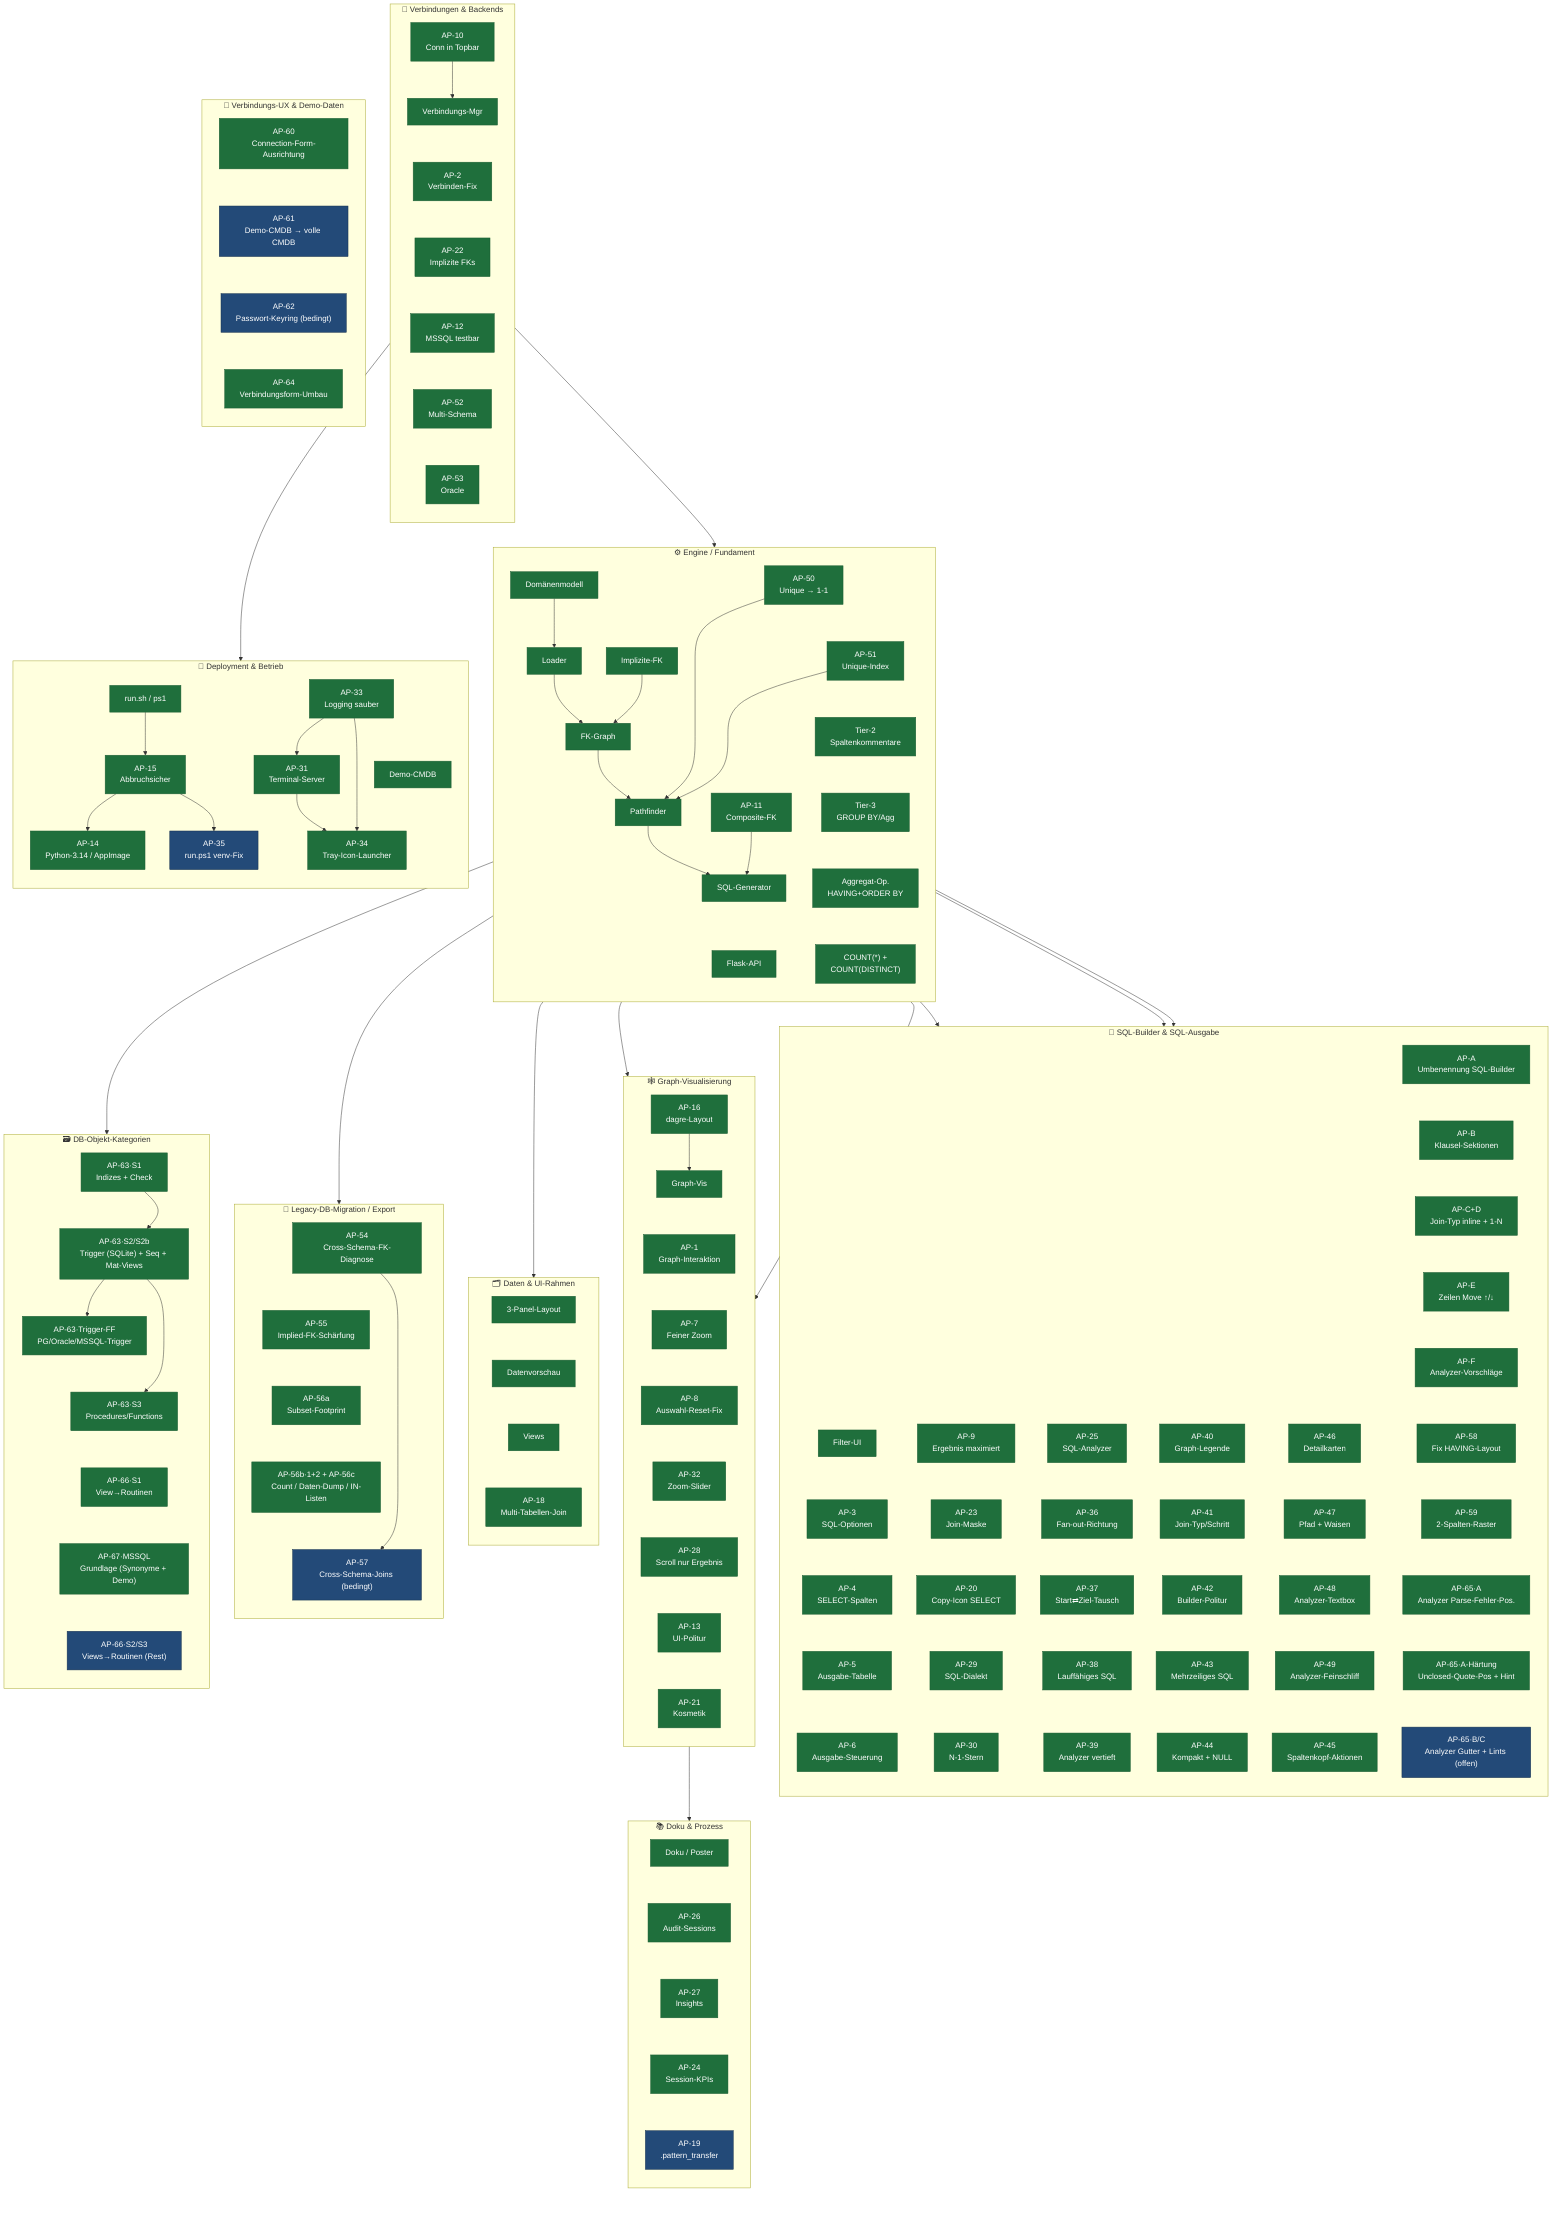
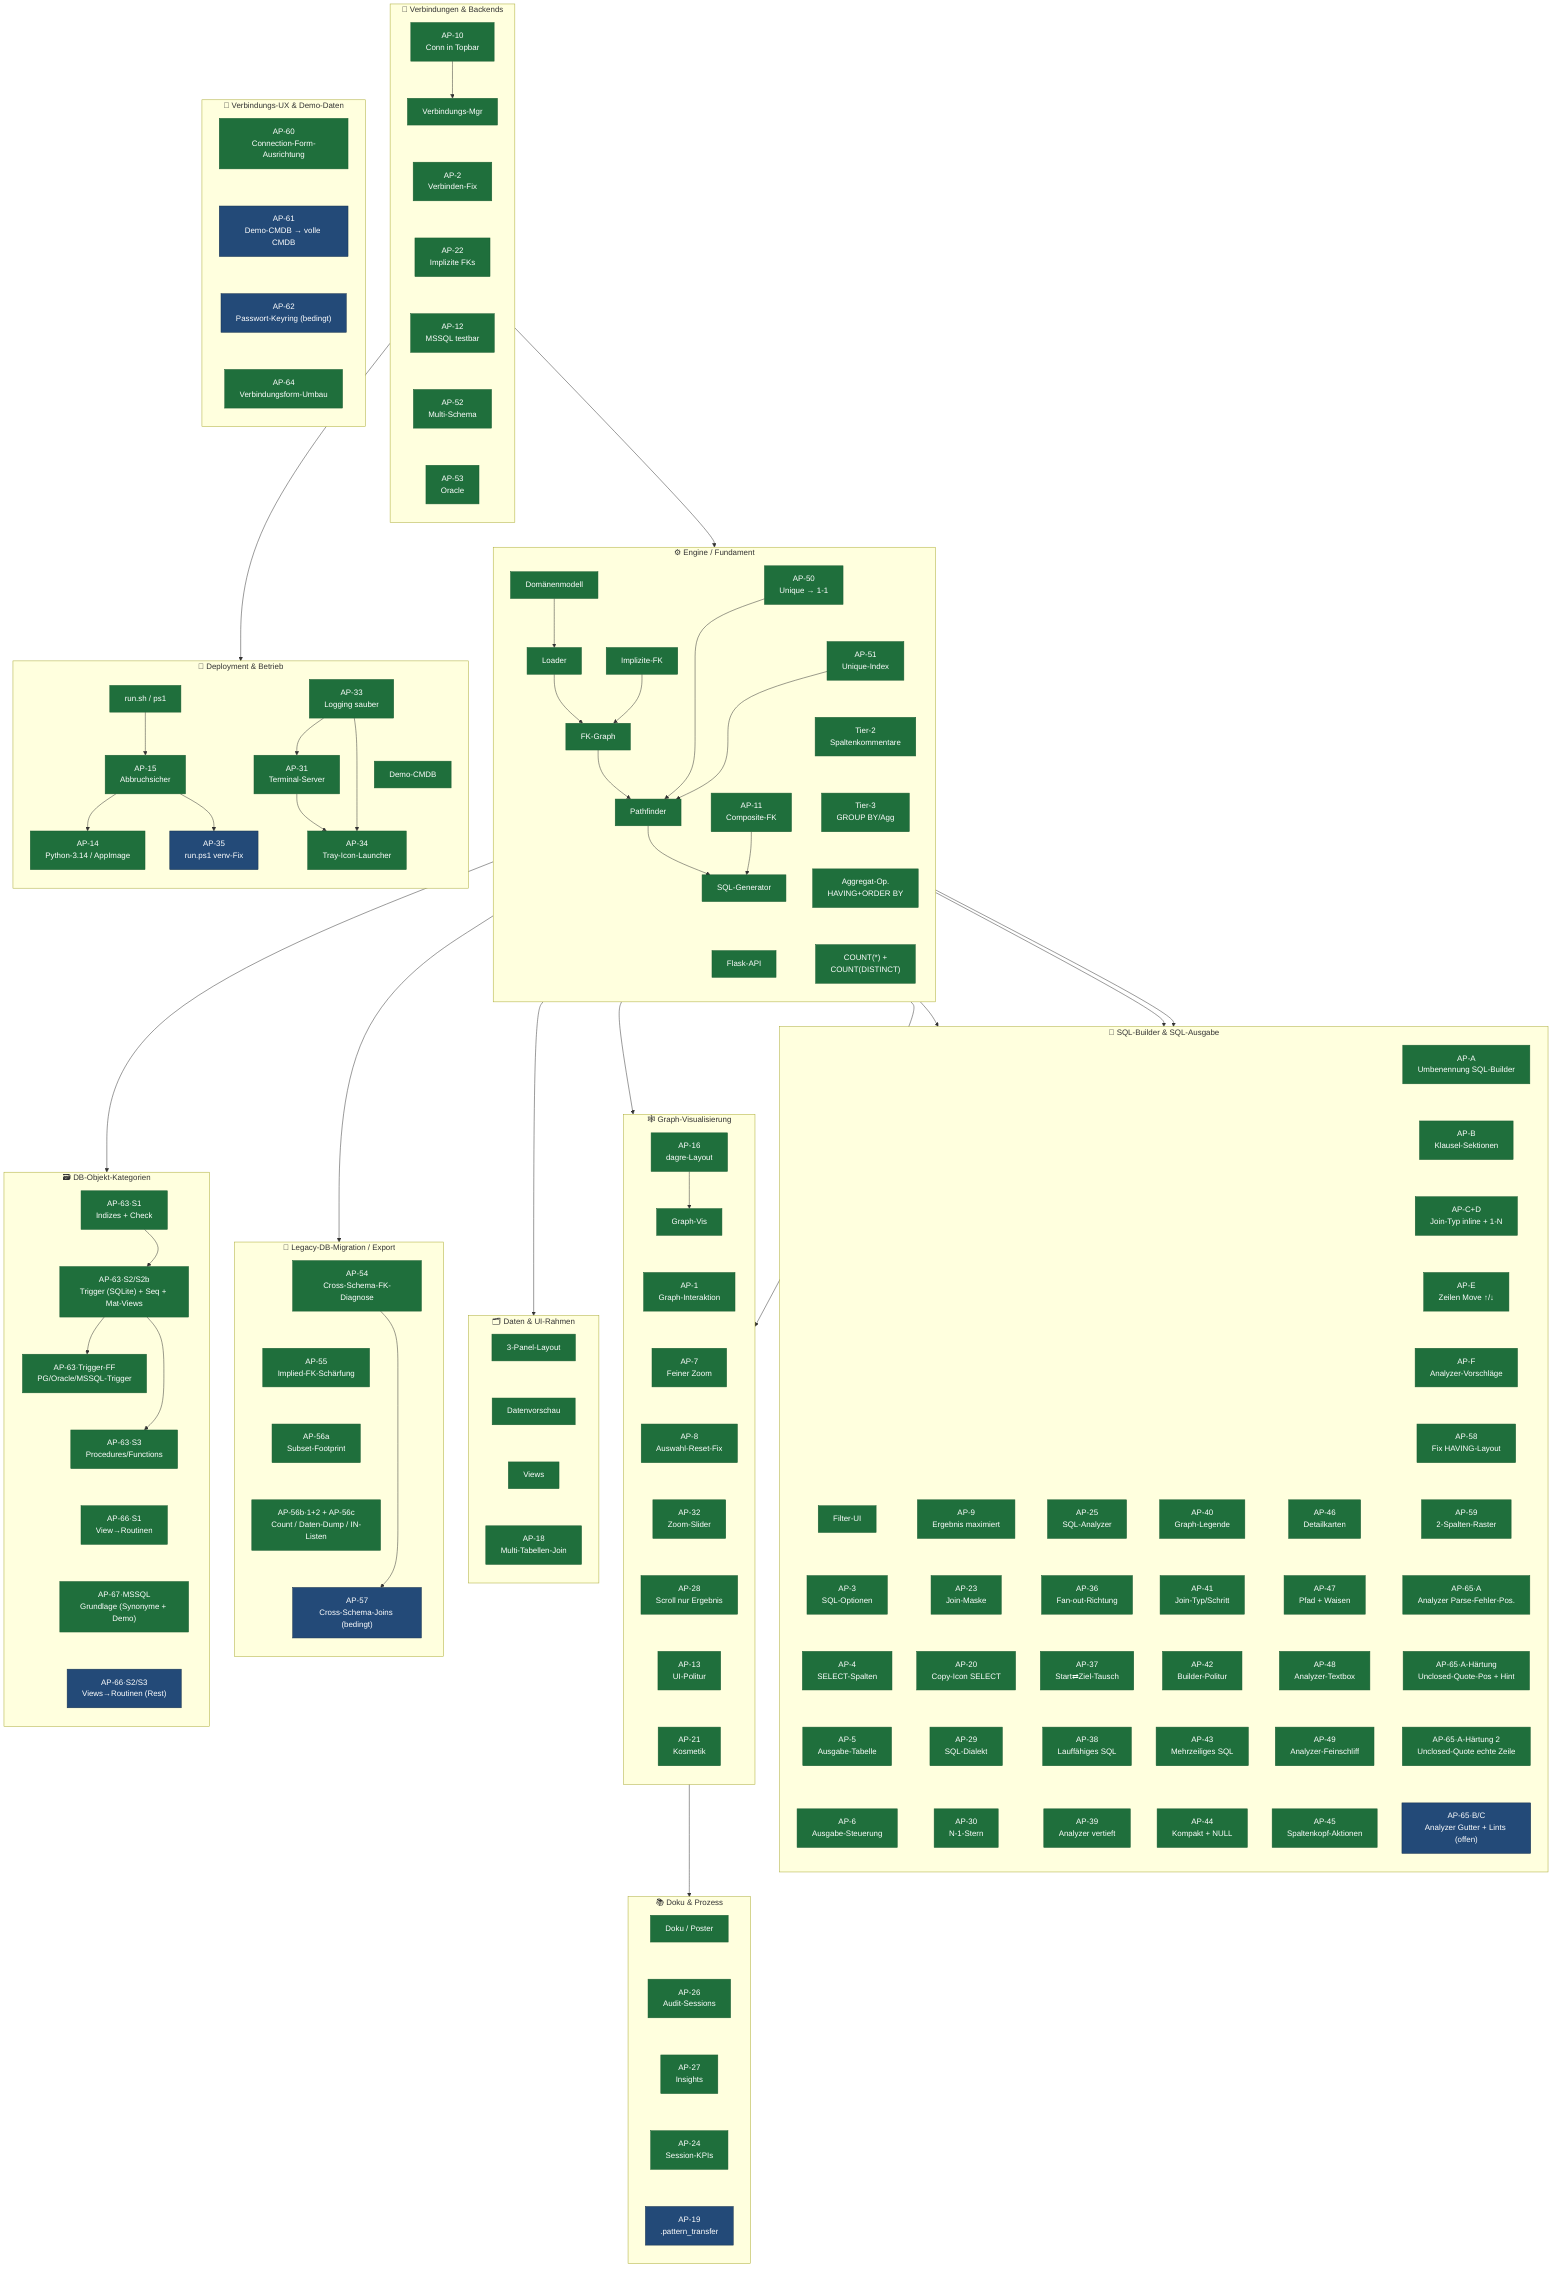
flowchart TB
    classDef done fill:#1f6f3c,color:#fff,stroke:#1a5c32,stroke-width:1px
    classDef plan fill:#234a78,color:#fff,stroke:#16314f,stroke-width:1px

    %% ── C1 · Engine / Fundament ──────────────────────────────────────────
    subgraph C1["⚙️  Engine / Fundament"]
        direction TB
        E1["Domänenmodell"]
        E2["Loader"]
        E3["FK-Graph"]
        E4["Pathfinder"]
        E5["SQL-Generator"]
        E6["Flask-API"]
        E7["AP-11\nComposite-FK"]
        E8["Implizite-FK"]
        E9["AP-50\nUnique → 1-1"]
        E10["AP-51\nUnique-Index"]
        E11["Tier-2\nSpaltenkommentare"]
        E12["Tier-3\nGROUP BY/Agg"]
        E13["Aggregat-Op.\nHAVING+ORDER BY"]
        E14["COUNT(*) +\nCOUNT(DISTINCT)"]
        E1 --> E2 --> E3 --> E4 --> E5
        E7 --> E5
        E8 --> E3
        E9 --> E4
        E10 --> E4
        E5 ~~~ E6
        E9 ~~~ E10
        E10 ~~~ E11
        E11 ~~~ E12
        E12 ~~~ E13
        E13 ~~~ E14
    end

    %% ── C2 · Verbindungen & Backends ─────────────────────────────────────
    subgraph C2["🔌  Verbindungen & Backends"]
        direction TB
        V1["Verbindungs-Mgr"]
        V2["AP-2\nVerbinden-Fix"]
        V3["AP-10\nConn in Topbar"]
        V4["AP-12\nMSSQL testbar"]
        V5["AP-22\nImplizite FKs"]
        V6["AP-52\nMulti-Schema"]
        V7["AP-53\nOracle"]
        V3 --> V1
        V1 ~~~ V2 ~~~ V5 ~~~ V4 ~~~ V6 ~~~ V7
    end

    %% ── C3 · SQL-Builder & SQL-Ausgabe ──────────────────────────────────
    subgraph C3["🧩  SQL-Builder & SQL-Ausgabe"]
        direction TB
        J1["Filter-UI"]
        J2["AP-3\nSQL-Optionen"]
        J3["AP-4\nSELECT-Spalten"]
        J4["AP-5\nAusgabe-Tabelle"]
        J5["AP-6\nAusgabe-Steuerung"]
        J6["AP-9\nErgebnis maximiert"]
        J7["AP-23\nJoin-Maske"]
        J8["AP-20\nCopy-Icon SELECT"]
        J9["AP-29\nSQL-Dialekt"]
        J10["AP-30\nN-1-Stern"]
        J11["AP-25\nSQL-Analyzer"]
        J12["AP-36\nFan-out-Richtung"]
        J13["AP-37\nStart⇄Ziel-Tausch"]
        J14["AP-38\nLauffähiges SQL"]
        J15["AP-39\nAnalyzer vertieft"]
        J16["AP-40\nGraph-Legende"]
        J17["AP-41\nJoin-Typ/Schritt"]
        J18["AP-42\nBuilder-Politur"]
        J19["AP-43\nMehrzeiliges SQL"]
        J20["AP-44\nKompakt + NULL"]
        J21["AP-46\nDetailkarten"]
        J22["AP-47\nPfad + Waisen"]
        J23["AP-48\nAnalyzer-Textbox"]
        J24["AP-49\nAnalyzer-Feinschliff"]
        J25["AP-45\nSpaltenkopf-Aktionen"]
        J26["AP-A\nUmbenennung SQL-Builder"]
        J27["AP-B\nKlausel-Sektionen"]
        J28["AP-C+D\nJoin-Typ inline + 1-N"]
        J29["AP-E\nZeilen Move ↑/↓"]
        J30["AP-F\nAnalyzer-Vorschläge"]
        J31["AP-58\nFix HAVING-Layout"]
        J32["AP-59\n2-Spalten-Raster"]
        J33["AP-65·A\nAnalyzer Parse-Fehler-Pos."]
        J35["AP-65·A-Härtung\nUnclosed-Quote-Pos + Hint"]
+         J36["AP-65·A-Härtung 2\nUnclosed-Quote echte Zeile"]
        J34["AP-65·B/C\nAnalyzer Gutter + Lints (offen)"]
        %% In 5 parallele Spalten gepackt (statt einer 25-Boxen-Säule) → kompaktes Gitter
        J1 ~~~ J2 ~~~ J3 ~~~ J4 ~~~ J5
        J6 ~~~ J7 ~~~ J8 ~~~ J9 ~~~ J10
        J11 ~~~ J12 ~~~ J13 ~~~ J14 ~~~ J15
        J16 ~~~ J17 ~~~ J18 ~~~ J19 ~~~ J20
        J21 ~~~ J22 ~~~ J23 ~~~ J24 ~~~ J25
-         J26 ~~~ J27 ~~~ J28 ~~~ J29 ~~~ J30 ~~~ J31 ~~~ J32 ~~~ J33 ~~~ J35 ~~~ J34
+         J26 ~~~ J27 ~~~ J28 ~~~ J29 ~~~ J30 ~~~ J31 ~~~ J32 ~~~ J33 ~~~ J35 ~~~ J36 ~~~ J34
    end

    %% ── C4 · Graph-Visualisierung ────────────────────────────────────────
    subgraph C4["🕸️  Graph-Visualisierung"]
        direction TB
        G1["Graph-Vis"]
        G2["AP-1\nGraph-Interaktion"]
        G3["AP-7\nFeiner Zoom"]
        G4["AP-8\nAuswahl-Reset-Fix"]
        G5["AP-16\ndagre-Layout"]
        G6["AP-32\nZoom-Slider"]
        G7["AP-28\nScroll nur Ergebnis"]
        G8["AP-13\nUI-Politur"]
        G9["AP-21\nKosmetik"]
        G5 --> G1
        G1 ~~~ G2 ~~~ G3 ~~~ G4 ~~~ G6 ~~~ G7 ~~~ G8 ~~~ G9
    end

    %% ── C5 · Daten & UI-Rahmen ───────────────────────────────────────────
    subgraph C5["🗂️  Daten & UI-Rahmen"]
        direction TB
        D1["3-Panel-Layout"]
        D2["Datenvorschau"]
        D3["Views"]
        D4["AP-18\nMulti-Tabellen-Join"]
        D1 ~~~ D2 ~~~ D3 ~~~ D4
    end

    %% ── C6 · Deployment & Betrieb ────────────────────────────────────────
    subgraph C6["🚀  Deployment & Betrieb"]
        direction TB
        B1["Demo-CMDB"]
        B2["run.sh / ps1"]
        B3["AP-15\nAbbruchsicher"]
        B4["AP-14\nPython-3.14 / AppImage"]
        B5["AP-35\nrun.ps1 venv-Fix"]
        B7["AP-31\nTerminal-Server"]
        B8["AP-33\nLogging sauber"]
        B9["AP-34\nTray-Icon-Launcher"]
        B2 --> B3
        B3 --> B4
        B3 --> B5
        B8 --> B7
        B7 --> B9
        B8 --> B9
        B1 ~~~ B9
    end

    %% ── C7 · Doku & Prozess ──────────────────────────────────────────────
    subgraph C7["📚  Doku & Prozess"]
        direction TB
        K1["Doku / Poster"]
        K2["AP-26\nAudit-Sessions"]
        K3["AP-27\nInsights"]
        K5["AP-24\nSession-KPIs"]
        K4["AP-19\n.pattern_transfer"]
        K1 ~~~ K2 ~~~ K3 ~~~ K5 ~~~ K4
    end

    %% ── C8 · Legacy-DB-Migration / Export (geplant) ──────────────────────
    subgraph C8["🧬  Legacy-DB-Migration / Export"]
        direction TB
        M1["AP-54\nCross-Schema-FK-Diagnose"]
        M2["AP-55\nImplied-FK-Schärfung"]
        M3["AP-56a\nSubset-Footprint"]
        M3b["AP-56b·1+2 + AP-56c\nCount / Daten-Dump / IN-Listen"]
        M4["AP-57\nCross-Schema-Joins (bedingt)"]
        M1 ~~~ M2 ~~~ M3 ~~~ M3b ~~~ M4
    end

    %% ── C9 · DB-Objekt-Kategorien (geplant) ──────────────────────────────
    subgraph C9["🗃️  DB-Objekt-Kategorien"]
        direction TB
        O1["AP-63·S1\nIndizes + Check"]
        O2["AP-63·S2/S2b\nTrigger (SQLite) + Seq + Mat-Views"]
        O2b["AP-63·Trigger-FF\nPG/Oracle/MSSQL-Trigger"]
        O3["AP-63·S3\nProcedures/Functions"]
        O4["AP-66·S1\nView→Routinen"]
        O5["AP-67·MSSQL\nGrundlage (Synonyme + Demo)"]
        O4b["AP-66·S2/S3\nViews→Routinen (Rest)"]
        O1 ~~~ O2 ~~~ O2b ~~~ O3 ~~~ O4 ~~~ O5 ~~~ O4b
    end

    %% ── C10 · Verbindungs-UX & Demo-Daten (geplant) ──────────────────────
    subgraph C10["🔧  Verbindungs-UX & Demo-Daten"]
        direction TB
        P1["AP-60\nConnection-Form-Ausrichtung"]
        P2["AP-61\nDemo-CMDB → volle CMDB"]
        P3["AP-62\nPasswort-Keyring (bedingt)"]
        P4["AP-64\nVerbindungsform-Umbau"]
        P1 ~~~ P2 ~~~ P3 ~~~ P4
    end

    %% ── Cluster-übergreifende Abhängigkeiten ─────────────────────────────
    V1 --> E2
    M1 --> M4
    E2 --> M1
    E2 --> O1
    O1 --> O2 --> O2b
    O2 --> O3
    E5 --> J1
    E5 --> J9
    E5 --> J11
    E4 --> G2
    E3 --> G1
    E6 --> D1
    V4 --> B7
    G5 --> K2

    class E1,E2,E3,E4,E5,E6,E7,E8,E9,E10,E11,E12,E13,E14 done
    class V1,V2,V3,V4,V5,V6,V7 done
-     class J1,J2,J3,J4,J5,J6,J7,J8,J9,J10,J11,J12,J13,J14,J15,J16,J17,J18,J19,J20,J21,J22,J23,J24,J25,J26,J27,J28,J29,J30,J31,J32,J33,J35 done
+     class J1,J2,J3,J4,J5,J6,J7,J8,J9,J10,J11,J12,J13,J14,J15,J16,J17,J18,J19,J20,J21,J22,J23,J24,J25,J26,J27,J28,J29,J30,J31,J32,J33,J35,J36 done
    class G1,G2,G3,G4,G5,G6,G7,G8,G9 done
    class D1,D2,D3,D4 done
    class B1,B2,B3,B4,B7,B8,B9 done
    class B5 plan
    class K1,K2,K3,K5 done
    class K4 plan
    class M3,M3b done
    class M4 plan
    class M2 done
    class M1 done
    class O1,O2,O2b,O3,O4,O5 done
    class O4b plan
    class P2,P3 plan
    class P1,P4 done
    class J34 plan
